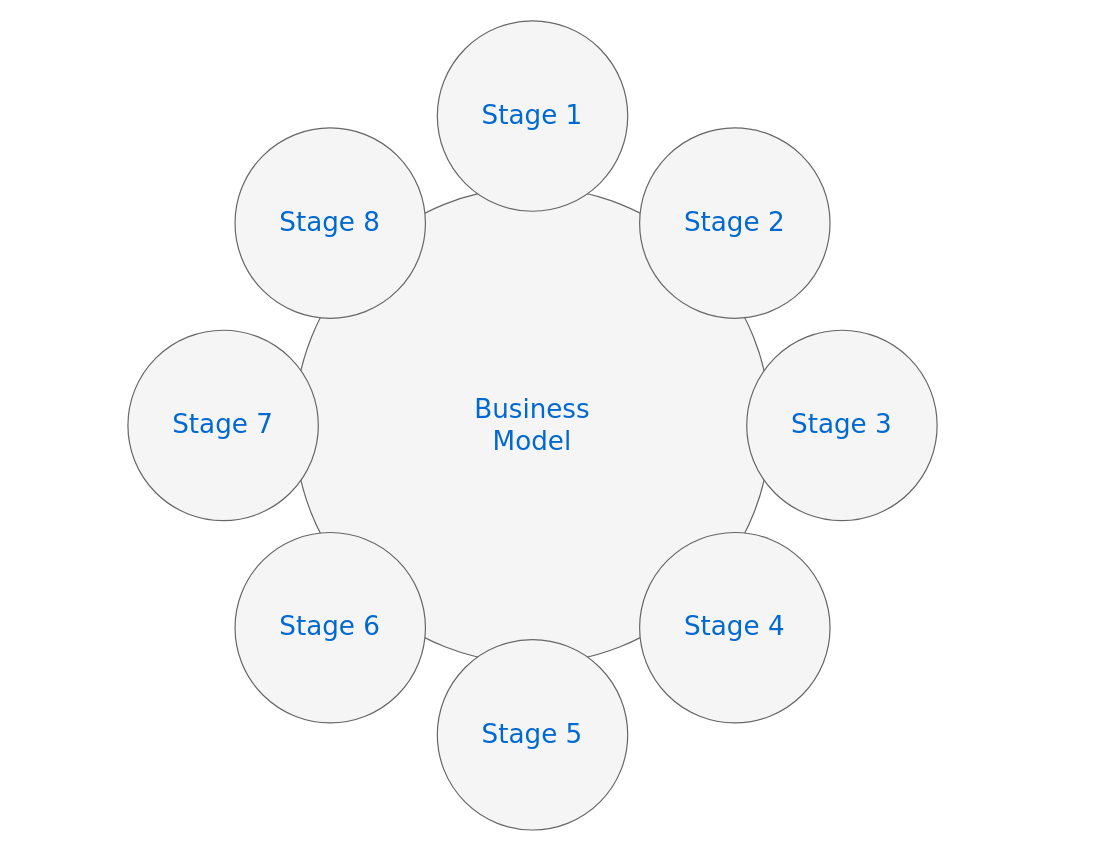
Above: Diagram bez tytułu.drawio in AleksandraRadlak/my_wiki (draw.io), before the change. Source tidied: cells renumbered, new cells numbered last; positions are measured from the earlier drawing's top-left corner, leaving out a move shared by most shapes. Both pictures are drawn from the tidied source at 119%, with x=0, y=0 at pixel (127, 20). Pictures stored in the file or linked from it are replaced by grey dashed boxes.
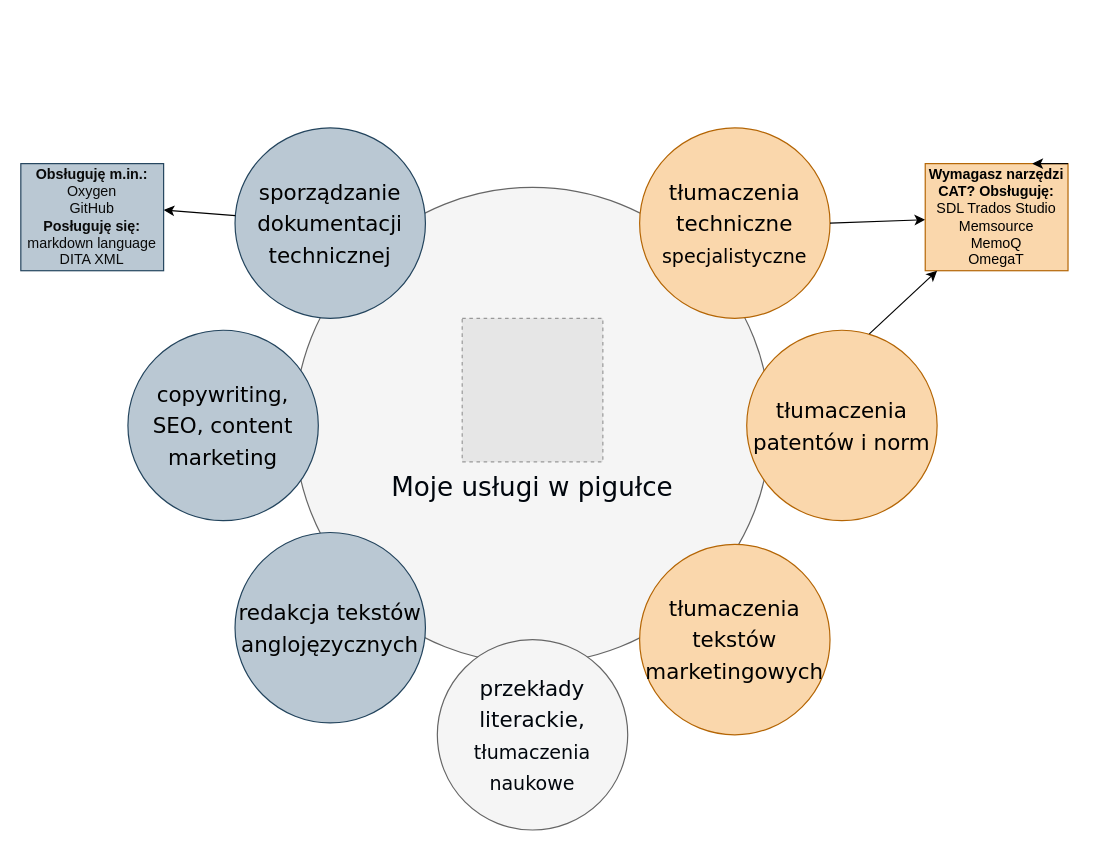
The same page after the edit.

Diff of the diagram source:
```diff
@@
 <mxGraphModel>
   <root>
     <mxCell id="0" />
     <mxCell id="1" parent="0" />
-    <mxCell id="2" value="Business&lt;div&gt;Model&lt;/div&gt;" style="ellipse;whiteSpace=wrap;html=1;rounded=0;shadow=0;dashed=0;comic=0;fontFamily=Verdana;fontSize=22;fontColor=#0069D1;fillColor=#f5f5f5;strokeColor=#666666;" parent="1" vertex="1">
+    <mxCell id="2" value="&lt;div&gt;&lt;br&gt;&lt;/div&gt;&lt;div&gt;&lt;br&gt;&lt;/div&gt;&lt;div&gt;&lt;br&gt;&lt;/div&gt;&lt;div&gt;&lt;br&gt;&lt;/div&gt;&lt;div&gt;&lt;font color=&quot;#00060d&quot;&gt;Moje usługi w pigułce&lt;br&gt;&lt;/font&gt;&lt;/div&gt;" style="ellipse;whiteSpace=wrap;html=1;rounded=0;shadow=0;dashed=0;comic=0;fontFamily=Verdana;fontSize=22;fontColor=#0069D1;fillColor=#f5f5f5;strokeColor=#666666;" parent="1" vertex="1">
       <mxGeometry x="140" y="140" width="400" height="400" as="geometry" />
     </mxCell>
-    <mxCell id="3" value="Stage 1" style="ellipse;whiteSpace=wrap;html=1;rounded=0;shadow=0;dashed=0;comic=0;fontFamily=Verdana;fontSize=22;fontColor=#0069D1;fillColor=#f5f5f5;strokeColor=#666666;" parent="1" vertex="1">
-      <mxGeometry x="260" width="160" height="160" as="geometry" />
-    </mxCell>
-    <mxCell id="4" value="Stage 5" style="ellipse;whiteSpace=wrap;html=1;rounded=0;shadow=0;dashed=0;comic=0;fontFamily=Verdana;fontSize=22;fontColor=#0069D1;fillColor=#f5f5f5;strokeColor=#666666;" parent="1" vertex="1">
+    <mxCell id="4" value="&lt;div&gt;&lt;font style=&quot;font-size: 18px;&quot; color=&quot;#00060d&quot;&gt;przekłady literackie,&lt;/font&gt;&lt;/div&gt;&lt;div&gt;&lt;font size=&quot;3&quot; color=&quot;#00060d&quot;&gt;tłumaczenia naukowe&lt;br&gt;&lt;/font&gt;&lt;/div&gt;" style="ellipse;whiteSpace=wrap;html=1;rounded=0;shadow=0;dashed=0;comic=0;fontFamily=Verdana;fontSize=22;fontColor=#0069D1;fillColor=#f5f5f5;strokeColor=#666666;" parent="1" vertex="1">
       <mxGeometry x="260" y="520" width="160" height="160" as="geometry" />
     </mxCell>
-    <mxCell id="5" value="Stage 3" style="ellipse;whiteSpace=wrap;html=1;rounded=0;shadow=0;dashed=0;comic=0;fontFamily=Verdana;fontSize=22;fontColor=#0069D1;fillColor=#f5f5f5;strokeColor=#666666;" parent="1" vertex="1">
+    <mxCell id="5" value="&lt;font style=&quot;font-size: 18px;&quot;&gt;tłumaczenia patentów i norm&lt;br&gt;&lt;/font&gt;" style="ellipse;whiteSpace=wrap;html=1;rounded=0;shadow=0;dashed=0;comic=0;fontFamily=Verdana;fontSize=22;fillColor=#fad7ac;strokeColor=#b46504;" parent="1" vertex="1">
       <mxGeometry x="520" y="260" width="160" height="160" as="geometry" />
     </mxCell>
-    <mxCell id="6" value="Stage 7" style="ellipse;whiteSpace=wrap;html=1;rounded=0;shadow=0;dashed=0;comic=0;fontFamily=Verdana;fontSize=22;fontColor=#0069D1;fillColor=#f5f5f5;strokeColor=#666666;" parent="1" vertex="1">
+    <mxCell id="6" value="&lt;font style=&quot;font-size: 18px;&quot;&gt;copywriting, SEO, content marketing&lt;br&gt;&lt;/font&gt;" style="ellipse;whiteSpace=wrap;html=1;rounded=0;shadow=0;dashed=0;comic=0;fontFamily=Verdana;fontSize=22;fillColor=#bac8d3;strokeColor=#23445d;" parent="1" vertex="1">
       <mxGeometry y="260" width="160" height="160" as="geometry" />
     </mxCell>
-    <mxCell id="7" value="Stage 8" style="ellipse;whiteSpace=wrap;html=1;rounded=0;shadow=0;dashed=0;comic=0;fontFamily=Verdana;fontSize=22;fontColor=#0069D1;fillColor=#f5f5f5;strokeColor=#666666;" parent="1" vertex="1">
+    <mxCell id="7" value="&lt;div&gt;&lt;font style=&quot;font-size: 18px;&quot;&gt;&lt;br&gt;&lt;/font&gt;&lt;/div&gt;&lt;div&gt;&lt;font style=&quot;font-size: 18px;&quot;&gt;sporządzanie dokumentacji techniczn&lt;/font&gt;&lt;font style=&quot;font-size: 18px;&quot;&gt;ej&lt;/font&gt;&lt;/div&gt;&lt;div&gt;&lt;br&gt;&lt;/div&gt;" style="ellipse;whiteSpace=wrap;html=1;rounded=0;shadow=0;dashed=0;comic=0;fontFamily=Verdana;fontSize=22;fillColor=#bac8d3;strokeColor=#23445d;" parent="1" vertex="1">
       <mxGeometry x="90" y="90" width="160" height="160" as="geometry" />
     </mxCell>
-    <mxCell id="8" value="Stage 2" style="ellipse;whiteSpace=wrap;html=1;rounded=0;shadow=0;dashed=0;comic=0;fontFamily=Verdana;fontSize=22;fontColor=#0069D1;fillColor=#f5f5f5;strokeColor=#666666;" parent="1" vertex="1">
+    <mxCell id="8" value="&lt;div&gt;&lt;font face=&quot;Verdana&quot; style=&quot;font-size: 18px;&quot;&gt;tłumaczenia &lt;/font&gt;&lt;font face=&quot;3_kRnwSZ05rTefSs1a9Z&quot; style=&quot;font-size: 18px;&quot;&gt;techniczne&lt;/font&gt;&lt;/div&gt;&lt;div&gt;&lt;font face=&quot;3_kRnwSZ05rTefSs1a9Z&quot; size=&quot;3&quot;&gt;specjalistyczne&lt;br&gt;&lt;/font&gt;&lt;/div&gt;" style="ellipse;whiteSpace=wrap;html=1;rounded=0;shadow=0;dashed=0;comic=0;fontFamily=Verdana;fontSize=22;fillColor=#fad7ac;strokeColor=#b46504;" parent="1" vertex="1">
       <mxGeometry x="430" y="90" width="160" height="160" as="geometry" />
     </mxCell>
-    <mxCell id="9" value="Stage 4" style="ellipse;whiteSpace=wrap;html=1;rounded=0;shadow=0;dashed=0;comic=0;fontFamily=Verdana;fontSize=22;fontColor=#0069D1;fillColor=#f5f5f5;strokeColor=#666666;" parent="1" vertex="1">
-      <mxGeometry x="430" y="430" width="160" height="160" as="geometry" />
+    <mxCell id="9" value="&lt;font style=&quot;font-size: 18px;&quot;&gt;tłumaczenia tekstów marketingowych&lt;br&gt;&lt;/font&gt;" style="ellipse;whiteSpace=wrap;html=1;rounded=0;shadow=0;dashed=0;comic=0;fontFamily=Verdana;fontSize=22;fillColor=#fad7ac;strokeColor=#b46504;" parent="1" vertex="1">
+      <mxGeometry x="430" y="440" width="160" height="160" as="geometry" />
     </mxCell>
-    <mxCell id="10" value="Stage 6" style="ellipse;whiteSpace=wrap;html=1;rounded=0;shadow=0;dashed=0;comic=0;fontFamily=Verdana;fontSize=22;fontColor=#0069D1;fillColor=#f5f5f5;strokeColor=#666666;" parent="1" vertex="1">
+    <mxCell id="10" value="&lt;font style=&quot;font-size: 12px;&quot;&gt;&lt;font style=&quot;font-size: 18px;&quot;&gt;redakcja tekstów anglojęzycznych&lt;/font&gt;&lt;br&gt;&lt;/font&gt;" style="ellipse;whiteSpace=wrap;html=1;rounded=0;shadow=0;dashed=0;comic=0;fontFamily=Verdana;fontSize=22;fillColor=#bac8d3;strokeColor=#23445d;" parent="1" vertex="1">
       <mxGeometry x="90" y="430" width="160" height="160" as="geometry" />
     </mxCell>
+    <mxCell id="11" style="endArrow=classic;html=1;rounded=0;" parent="1" edge="1" target="12">
+      <mxGeometry relative="1" as="geometry">
+        <mxPoint x="590" y="170" as="sourcePoint" />
+      </mxGeometry>
+    </mxCell>
+    <mxCell id="12" value="&lt;font&gt;&lt;b&gt;Wymagasz narzędzi CAT? Obsługuję:&lt;br&gt;&lt;/b&gt;&lt;/font&gt;&lt;div&gt;&lt;font&gt;SDL Trados Studio&lt;/font&gt;&lt;/div&gt;&lt;div&gt;&lt;font&gt;Memsource&lt;/font&gt;&lt;/div&gt;&lt;div&gt;&lt;font&gt;MemoQ&lt;/font&gt;&lt;/div&gt;&lt;div&gt;&lt;font&gt;OmegaT&lt;br&gt;&lt;/font&gt;&lt;/div&gt;" style="rounded=0;whiteSpace=wrap;html=1;fillColor=#fad7ac;strokeColor=#b46504;fontColor=default;" parent="1" vertex="1">
+      <mxGeometry x="670" y="120" width="120" height="90" as="geometry" />
+    </mxCell>
+    <mxCell id="13" style="edgeStyle=orthogonalEdgeStyle;rounded=0;orthogonalLoop=1;jettySize=auto;html=1;exitX=1;exitY=0;exitDx=0;exitDy=0;entryX=0.75;entryY=0;entryDx=0;entryDy=0;" parent="1" edge="1" source="12" target="12">
+      <mxGeometry relative="1" as="geometry" />
+    </mxCell>
+    <mxCell id="14" style="endArrow=classic;html=1;rounded=0;entryX=1;entryY=0.433;entryDx=0;entryDy=0;entryPerimeter=0;" parent="1" edge="1" source="7" target="15">
+      <mxGeometry relative="1" as="geometry" />
+    </mxCell>
+    <mxCell id="15" value="&lt;font&gt;&lt;b&gt;Obsługuję m.in.:&lt;br&gt;&lt;/b&gt;&lt;/font&gt;&lt;div&gt;&lt;font&gt;Oxygen&lt;br&gt;&lt;/font&gt;&lt;/div&gt;&lt;div&gt;&lt;font&gt;GitHub&lt;/font&gt;&lt;/div&gt;&lt;div&gt;&lt;font&gt;&lt;b&gt;Posługuję się:&lt;br&gt;&lt;/b&gt;&lt;/font&gt;&lt;/div&gt;&lt;div&gt;&lt;font&gt;markdown language&lt;/font&gt;&lt;/div&gt;&lt;div&gt;&lt;font&gt;DITA XML&lt;/font&gt;&lt;br&gt;&lt;/div&gt;" style="rounded=0;whiteSpace=wrap;html=1;fillColor=#bac8d3;strokeColor=#23445d;fontColor=#0A0A0A;" parent="1" vertex="1">
+      <mxGeometry x="-90" y="120" width="120" height="90" as="geometry" />
+    </mxCell>
+    <mxCell id="16" style="endArrow=classic;html=1;rounded=0;exitX=0.644;exitY=0.019;exitDx=0;exitDy=0;exitPerimeter=0;" parent="1" edge="1" source="5">
+      <mxGeometry relative="1" as="geometry">
+        <mxPoint x="680" y="210" as="targetPoint" />
+      </mxGeometry>
+    </mxCell>
+    <mxCell id="17" style="fillColor=#E6E6E6;strokeColor=#999999;dashed=1;verticalLabelPosition=bottom;labelBackgroundColor=default;verticalAlign=top;" parent="1" vertex="1">
+      <mxGeometry x="280.9" y="250" width="118.2" height="120.6" as="geometry" />
+    </mxCell>
   </root>
 </mxGraphModel>
```
